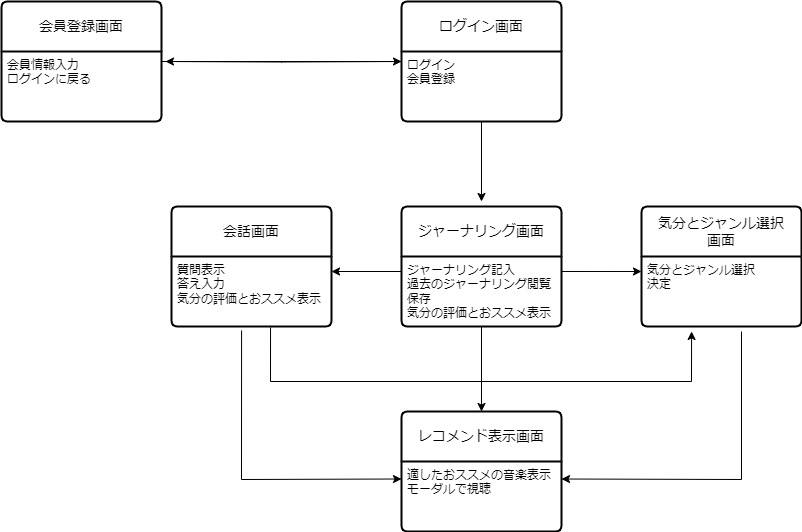
Before: documents/画面遷移図.drawio.png, a diagram exported from draw.io (MatsudaSaku/MoodTune). Source tidied: cells renumbered, new cells last; positions are measured from the earlier drawing's top-left corner, leaving out a move shared by most shapes.
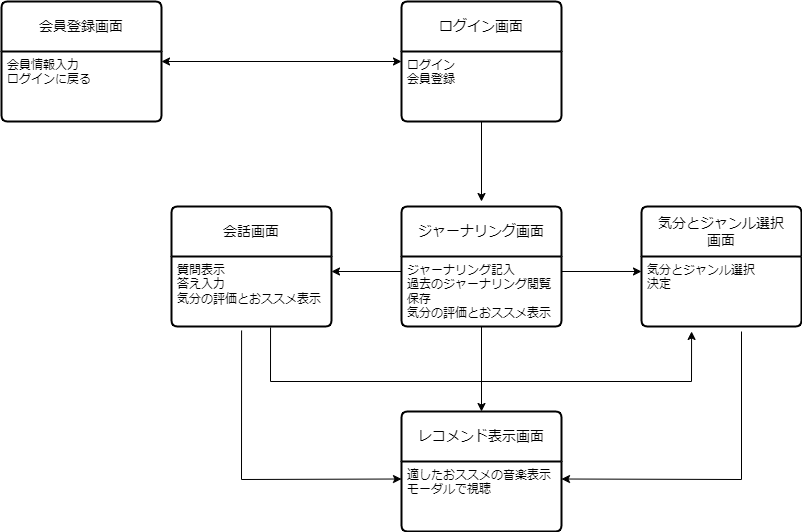
Later version of the same file.

Commit message:
画面遷移図.drawio.png を追加しました。

The edit, as a diff of the source:
```diff
@@ -2,11 +2,6 @@
   <root>
     <mxCell id="0" />
     <mxCell id="1" parent="0" />
-    <mxCell id="2" style="edgeStyle=orthogonalEdgeStyle;rounded=0;jettySize=auto;html=1;entryX=1.025;entryY=0.143;entryDx=0;entryDy=0;entryPerimeter=0;" parent="1" edge="1" target="8">
-      <mxGeometry relative="1" as="geometry">
-        <mxPoint x="400" y="60" as="sourcePoint" />
-      </mxGeometry>
-    </mxCell>
     <mxCell id="3" value="気分とジャンル選択&lt;div&gt;画面&lt;/div&gt;" style="swimlane;horizontal=1;startSize=50;rounded=1;fontSize=14;fontStyle=0;strokeWidth=2;shadow=0;dashed=0;align=center;arcSize=4;whiteSpace=wrap;html=1;" parent="1" vertex="1">
       <mxGeometry x="640" y="205" width="160" height="120" as="geometry" />
     </mxCell>
@@ -48,12 +43,6 @@
         <mxPoint x="560" y="270" as="sourcePoint" />
       </mxGeometry>
     </mxCell>
-    <mxCell id="15" style="endArrow=classic;html=1;rounded=0;entryX=0;entryY=0.5;entryDx=0;entryDy=0;" parent="1" edge="1">
-      <mxGeometry relative="1" as="geometry">
-        <mxPoint x="160" y="60" as="sourcePoint" />
-        <mxPoint x="400" y="60" as="targetPoint" />
-      </mxGeometry>
-    </mxCell>
     <mxCell id="16" style="endArrow=classic;html=1;rounded=0;" parent="1" edge="1">
       <mxGeometry relative="1" as="geometry">
         <mxPoint x="400" y="270" as="sourcePoint" />
@@ -92,5 +81,10 @@
     <mxCell id="22" value="ログイン&lt;div&gt;会員登録&lt;/div&gt;" style="align=left;strokeColor=none;fillColor=none;spacingLeft=4;fontSize=12;verticalAlign=top;html=1;" parent="21" vertex="1">
       <mxGeometry y="50" width="160" height="70" as="geometry" />
     </mxCell>
+    <mxCell id="23" style="endArrow=classic;startArrow=classic;html=1;rounded=0;entryX=0;entryY=0.5;entryDx=0;entryDy=0;" parent="1" edge="1" target="21">
+      <mxGeometry relative="1" as="geometry">
+        <mxPoint x="160" y="60" as="sourcePoint" />
+      </mxGeometry>
+    </mxCell>
   </root>
 </mxGraphModel>
```
